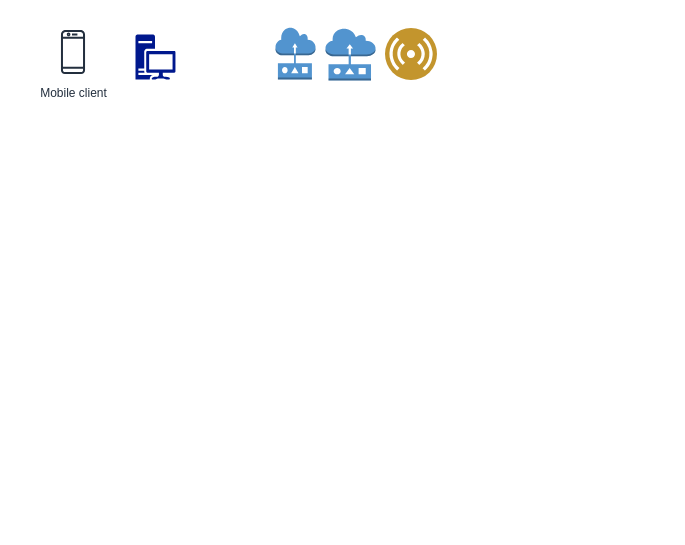
Earlier version of the draw.io diagram 01_Planning/Untitled Diagram.drawio (07priyayadav/cmpe281Project). Source tidied: cells renumbered, new cells numbered last; positions are measured from the earlier drawing's top-left corner, leaving out a move shared by most shapes. Both pictures are drawn from the tidied source at 100%, with x=0, y=0 at pixel (45, 24).
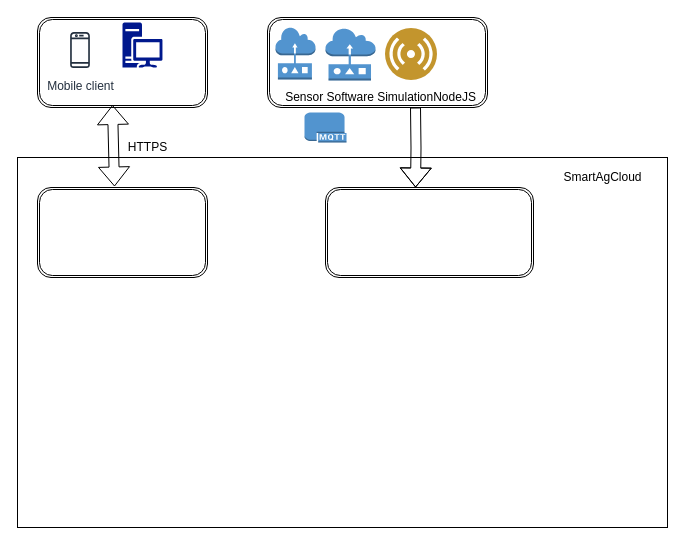
After the change.

The edit, as a diff of the source:
```diff
@@
 <mxGraphModel>
   <root>
     <mxCell id="0" />
     <mxCell id="1" parent="0" />
+    <mxCell id="7" style="rounded=0;whiteSpace=wrap;html=1;" parent="1" vertex="1">
+      <mxGeometry x="-28" y="133" width="650" height="370" as="geometry" />
+    </mxCell>
+    <mxCell id="8" style="shape=ext;double=1;rounded=1;whiteSpace=wrap;html=1;" parent="1" vertex="1">
+      <mxGeometry x="222" y="-7" width="220" height="90" as="geometry" />
+    </mxCell>
+    <mxCell id="9" style="shape=ext;double=1;rounded=1;whiteSpace=wrap;html=1;" parent="1" vertex="1">
+      <mxGeometry x="-8" y="-7" width="170" height="90" as="geometry" />
+    </mxCell>
+    <mxCell id="10" style="shape=ext;double=1;rounded=1;whiteSpace=wrap;html=1;" parent="1" vertex="1">
+      <mxGeometry x="-8" y="163" width="170" height="90" as="geometry" />
+    </mxCell>
     <mxCell id="2" value="Mobile client" style="fontColor=#232F3E;gradientColor=none;strokeColor=#232F3E;fillColor=#ffffff;dashed=0;verticalLabelPosition=bottom;verticalAlign=top;align=center;html=1;fontSize=12;fontStyle=0;shape=mxgraph.aws4.resourceIcon;resIcon=mxgraph.aws4.mobile_client;" parent="1" vertex="1">
-      <mxGeometry width="55" height="55" as="geometry" />
+      <mxGeometry x="12" y="3" width="45" height="45" as="geometry" />
     </mxCell>
     <mxCell id="3" style="shadow=0;dashed=0;html=1;strokeColor=none;labelPosition=center;verticalLabelPosition=bottom;verticalAlign=top;align=center;shape=mxgraph.mscae.enterprise.workstation_client;fillColor=#00188D;" parent="1" vertex="1">
-      <mxGeometry x="90" y="10" width="40" height="45" as="geometry" />
+      <mxGeometry x="77" y="-2" width="40" height="45" as="geometry" />
     </mxCell>
     <mxCell id="4" style="dashed=0;verticalLabelPosition=bottom;verticalAlign=top;align=center;html=1;shape=mxgraph.aws3.sensor;fillColor=#5294CF;gradientColor=none;" parent="1" vertex="1">
       <mxGeometry x="230" y="3" width="40" height="52" as="geometry" />
     </mxCell>
     <mxCell id="5" style="dashed=0;verticalLabelPosition=bottom;verticalAlign=top;align=center;html=1;shape=mxgraph.aws3.sensor;fillColor=#5294CF;gradientColor=none;" parent="1" vertex="1">
       <mxGeometry x="280" y="4" width="50" height="52" as="geometry" />
     </mxCell>
     <mxCell id="6" style="perimeter=ellipsePerimeter;html=1;align=center;shadow=0;dashed=0;image;image=img/lib/ibm/users/sensor.svg;" parent="1" vertex="1">
       <mxGeometry x="340" y="4" width="52" height="52" as="geometry" />
     </mxCell>
+    <mxCell id="11" style="edgeStyle=orthogonalEdgeStyle;shape=flexArrow;rounded=0;jettySize=auto;html=1;entryX=0.433;entryY=0;entryDx=0;entryDy=0;entryPerimeter=0;" parent="1" edge="1" target="13">
+      <mxGeometry relative="1" as="geometry">
+        <mxPoint x="370" y="83" as="sourcePoint" />
+      </mxGeometry>
+    </mxCell>
+    <mxCell id="12" value="Sensor Software SimulationNodeJS" style="text;html=1;align=center;verticalAlign=middle;fillColor=none;strokeColor=none;rounded=0;" parent="1" vertex="1">
+      <mxGeometry x="230" y="63" width="210" height="20" as="geometry" />
+    </mxCell>
+    <mxCell id="13" style="shape=ext;double=1;rounded=1;whiteSpace=wrap;html=1;" parent="1" vertex="1">
+      <mxGeometry x="280" y="163" width="208" height="90" as="geometry" />
+    </mxCell>
+    <mxCell id="14" value="HTTPS" style="text;html=1;align=center;verticalAlign=middle;fillColor=none;strokeColor=none;rounded=0;" parent="1" vertex="1">
+      <mxGeometry x="77" y="113" width="50" height="20" as="geometry" />
+    </mxCell>
+    <mxCell id="15" style="dashed=0;verticalLabelPosition=bottom;verticalAlign=top;align=center;html=1;shape=mxgraph.aws3.mqtt_protocol;fillColor=#5294CF;gradientColor=none;" parent="1" vertex="1">
+      <mxGeometry x="259" y="88" width="42" height="30" as="geometry" />
+    </mxCell>
+    <mxCell id="16" style="shape=flexArrow;endArrow=classic;startArrow=classic;html=1;exitX=0.453;exitY=-0.011;exitDx=0;exitDy=0;exitPerimeter=0;" parent="1" edge="1" source="10">
+      <mxGeometry relative="1" as="geometry">
+        <mxPoint x="67" y="80.5" as="targetPoint" />
+      </mxGeometry>
+    </mxCell>
+    <mxCell id="17" value="SmartAgCloud" style="text;html=1;align=center;verticalAlign=middle;fillColor=none;strokeColor=none;rounded=0;" parent="1" vertex="1">
+      <mxGeometry x="512" y="143" width="90" height="20" as="geometry" />
+    </mxCell>
   </root>
 </mxGraphModel>
```
